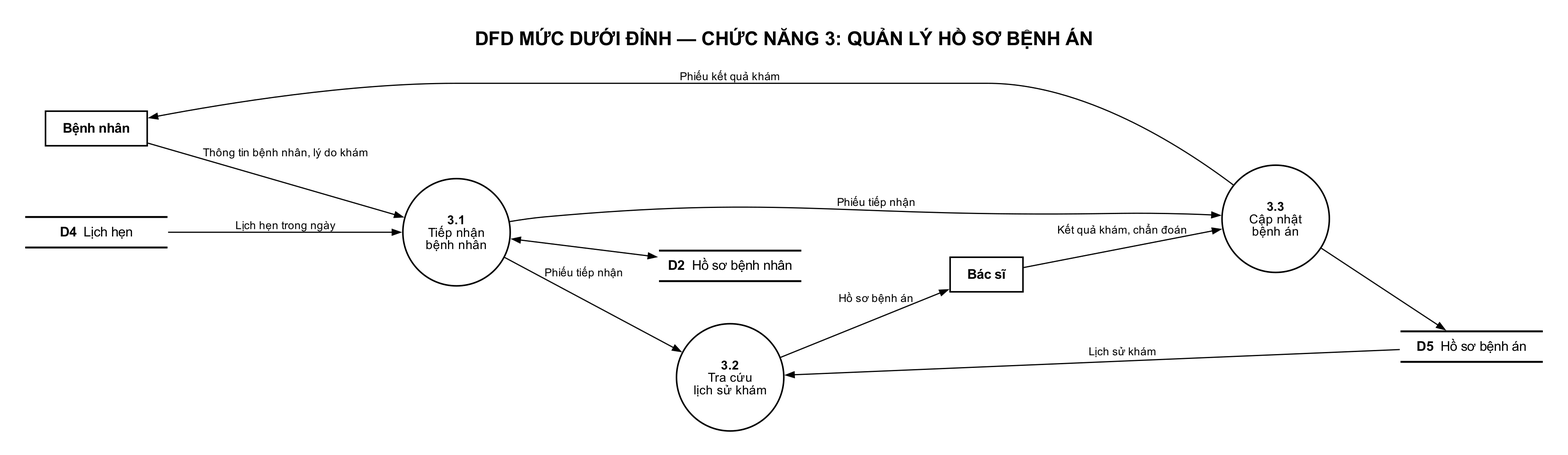
This is ban-nang-cao/06-DFD-muc-2-chuc-nang-3-quan-ly-ho-so-benh-an.png from DamDucThinh/quan-ly-phong-kham, a Graphviz export, as it was before one commit. Its source is kept beside it as nguon/06-DFD-muc-2-chuc-nang-3-quan-ly-ho-so-benh-an.gv.
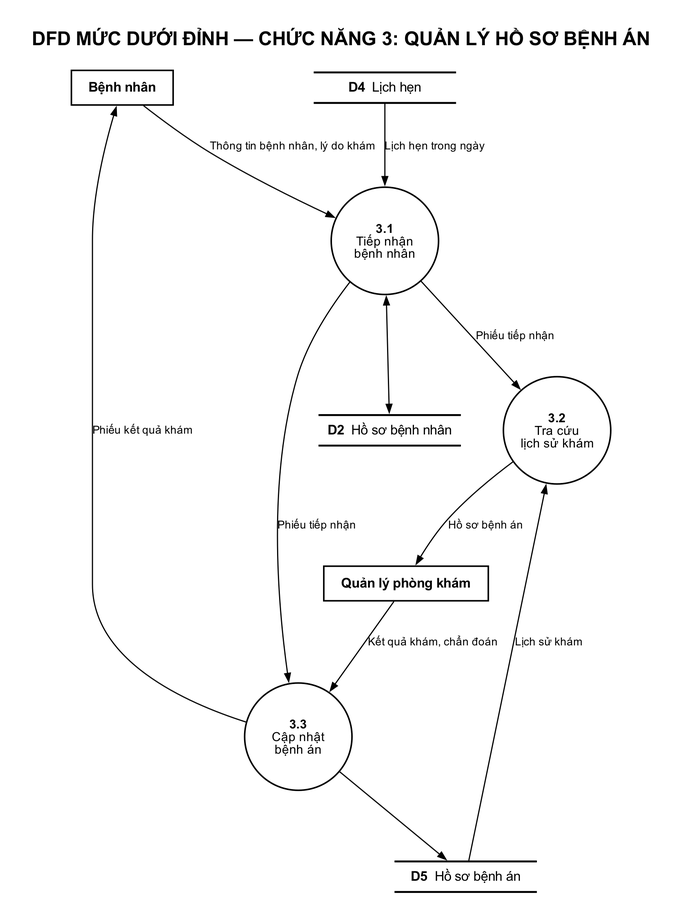
Later version of the same file.

Diff of the diagram source:
```diff
@@ -1,9 +1,9 @@
 digraph G {
-  graph [fontname="Arial", bgcolor="white", pad=0.35, labelloc=t, fontsize=20, label=<<B>DFD MỨC DƯỚI ĐỈNH — CHỨC NĂNG 3: QUẢN LÝ HỒ SƠ BỆNH ÁN</B><BR/> >, rankdir=LR, nodesep=0.6, ranksep=1.0];
+  graph [fontname="Arial", bgcolor="white", pad=0.35, labelloc=t, fontsize=20, label=<<B>DFD MỨC DƯỚI ĐỈNH — CHỨC NĂNG 3: QUẢN LÝ HỒ SƠ BỆNH ÁN</B><BR/> >, rankdir=TB, nodesep=0.6, ranksep=1.0];
   node [fontname="Arial", color="black"];
   edge [fontname="Arial", fontsize=11.5, arrowsize=0.85, penwidth=1.2];
   BN [shape=box, style="filled,bold", fillcolor="#ffffff", penwidth=1.6, margin="0.25,0.14", fontsize=14, label=<<B>Bệnh nhân</B>>];
-  BS [shape=box, style="filled,bold", fillcolor="#ffffff", penwidth=1.6, margin="0.25,0.14", fontsize=14, label=<<B>Bác sĩ</B>>];
+  QL [shape=box, style="filled,bold", fillcolor="#ffffff", penwidth=1.6, margin="0.25,0.14", fontsize=14, label=<<B>Quản lý phòng khám</B>>];
   P31 [shape=circle, fixedsize=true, width=1.55, penwidth=1.6, fontsize=13, label=<<B>3.1</B><BR/>Tiếp nhận<BR/>bệnh nhân>];
   P32 [shape=circle, fixedsize=true, width=1.55, penwidth=1.6, fontsize=13, label=<<B>3.2</B><BR/>Tra cứu<BR/>lịch sử khám>];
   P33 [shape=circle, fixedsize=true, width=1.55, penwidth=1.6, fontsize=13, label=<<B>3.3</B><BR/>Cập nhật<BR/>bệnh án>];
@@ -16,8 +16,8 @@
   P31 -> P32 [label=<Phiếu tiếp nhận>];
   P31 -> P33 [label=<Phiếu tiếp nhận>];
   D5 -> P32 [label=<Lịch sử khám>];
-  P32 -> BS [label=<Hồ sơ bệnh án>];
-  BS -> P33 [label=<Kết quả khám, chẩn đoán>];
+  P32 -> QL [label=<Hồ sơ bệnh án>];
+  QL -> P33 [label=<Kết quả khám, chẩn đoán>];
   P33 -> D5 [];
   P33 -> BN [label=<Phiếu kết quả khám>];
 }
```
